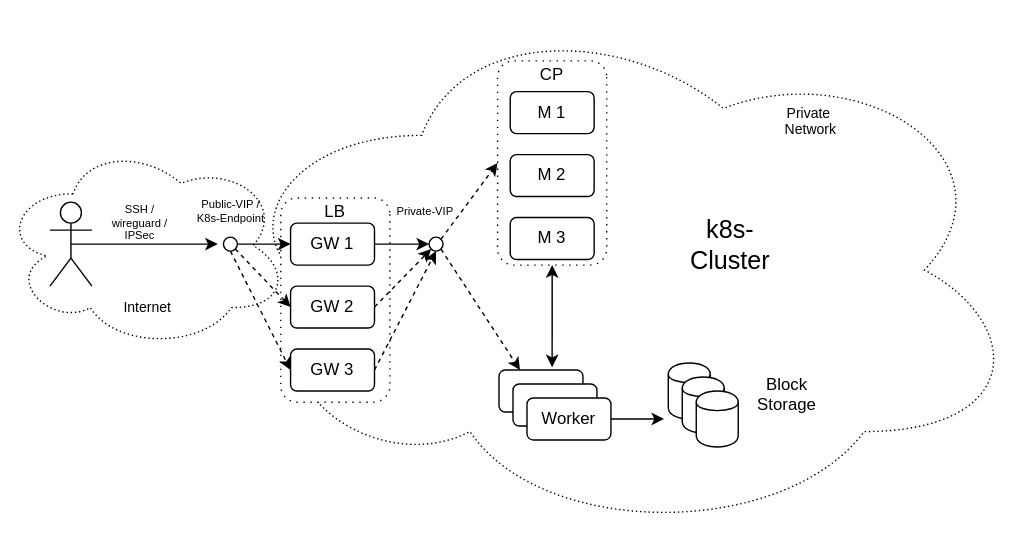
Above: docs/img/cluster-user-interaction.svg in alasca-association/tarook (draw.io), before the change. Source tidied: cells renumbered, new cells last; positions are measured from the earlier drawing's top-left corner, leaving out a move shared by most shapes. Its diagram source:
```xml
<mxGraphModel>
  <root>
    <mxCell id="0" />
    <mxCell id="1" parent="0" />
    <mxCell id="2" style="ellipse;shape=cloud;whiteSpace=wrap;html=1;dashed=1;dashPattern=1 2;fontSize=10;" parent="1" vertex="1">
      <mxGeometry y="101" width="206" height="148" as="geometry" />
    </mxCell>
    <mxCell id="3" style="ellipse;shape=cloud;whiteSpace=wrap;html=1;dashed=1;dashPattern=1 2;fontSize=18;" parent="1" vertex="1">
      <mxGeometry x="157" width="575" height="385" as="geometry" />
    </mxCell>
    <mxCell id="4" style="group;direction=south;dashed=1;dashPattern=1 4;" parent="1" vertex="1">
      <mxGeometry x="208" y="163" width="124" height="124" as="geometry" />
    </mxCell>
    <mxCell id="5" style="group;" parent="4" vertex="1">
      <mxGeometry x="-8" y="-22" width="78" height="146" as="geometry" />
    </mxCell>
    <mxCell id="6" style="rounded=1;whiteSpace=wrap;html=1;direction=south;dashed=1;dashPattern=1 4;" parent="5" vertex="1">
      <mxGeometry width="78" height="146" as="geometry" />
    </mxCell>
    <mxCell id="7" value="LB" style="text;html=1;strokeColor=none;fillColor=none;align=center;verticalAlign=middle;whiteSpace=wrap;rounded=0;" parent="5" vertex="1">
      <mxGeometry x="19" width="40" height="20" as="geometry" />
    </mxCell>
    <mxCell id="8" style="group;" parent="1" vertex="1">
      <mxGeometry x="207" y="159" width="60" height="120" as="geometry" />
    </mxCell>
    <mxCell id="9" value="GW 1" style="rounded=1;whiteSpace=wrap;html=1;" parent="8" vertex="1">
      <mxGeometry width="60" height="30" as="geometry" />
    </mxCell>
    <mxCell id="10" value="GW 2" style="rounded=1;whiteSpace=wrap;html=1;" parent="8" vertex="1">
      <mxGeometry y="45" width="60" height="30" as="geometry" />
    </mxCell>
    <mxCell id="11" value="GW 3" style="rounded=1;whiteSpace=wrap;html=1;" parent="8" vertex="1">
      <mxGeometry y="90" width="60" height="30" as="geometry" />
    </mxCell>
    <mxCell id="12" style="group;" parent="1" vertex="1">
      <mxGeometry x="356" y="264" width="80" height="50" as="geometry" />
    </mxCell>
    <mxCell id="13" value="M 1" style="rounded=1;whiteSpace=wrap;html=1;" parent="12" vertex="1">
      <mxGeometry width="60" height="30" as="geometry" />
    </mxCell>
    <mxCell id="14" value="M 1" style="rounded=1;whiteSpace=wrap;html=1;" parent="12" vertex="1">
      <mxGeometry x="10" y="10" width="60" height="30" as="geometry" />
    </mxCell>
    <mxCell id="15" value="Worker" style="rounded=1;whiteSpace=wrap;html=1;" parent="12" vertex="1">
      <mxGeometry x="20" y="20" width="60" height="30" as="geometry" />
    </mxCell>
    <mxCell id="16" style="edgeStyle=none;rounded=0;jettySize=auto;html=1;exitX=0.5;exitY=1;exitDx=0;exitDy=0;entryX=0;entryY=0.5;entryDx=0;entryDy=0;dashed=1;startArrow=none;startFill=0;endArrow=classic;endFill=1;" parent="1" edge="1" source="45" target="11">
      <mxGeometry relative="1" as="geometry" />
    </mxCell>
    <mxCell id="17" style="edgeStyle=none;rounded=0;jettySize=auto;html=1;exitX=1;exitY=1;exitDx=0;exitDy=0;entryX=0.25;entryY=0;entryDx=0;entryDy=0;dashed=1;startArrow=none;startFill=0;endArrow=classic;endFill=1;" parent="1" edge="1" source="19" target="13">
      <mxGeometry relative="1" as="geometry" />
    </mxCell>
    <mxCell id="18" style="edgeStyle=none;rounded=0;jettySize=auto;html=1;exitX=1;exitY=0;exitDx=0;exitDy=0;dashed=1;startArrow=none;startFill=0;endArrow=classic;endFill=1;entryX=0.5;entryY=1;entryDx=0;entryDy=0;" parent="1" edge="1" source="19" target="27">
      <mxGeometry relative="1" as="geometry" />
    </mxCell>
    <mxCell id="19" style="ellipse;whiteSpace=wrap;html=1;" parent="1" vertex="1">
      <mxGeometry x="306" y="169" width="10" height="10" as="geometry" />
    </mxCell>
    <mxCell id="20" style="edgeStyle=orthogonalEdgeStyle;rounded=0;jettySize=auto;html=1;exitX=0;exitY=0.5;exitDx=0;exitDy=0;entryX=1;entryY=0.5;entryDx=0;entryDy=0;endArrow=none;endFill=0;startArrow=classic;startFill=1;" parent="1" edge="1" source="9" target="45">
      <mxGeometry relative="1" as="geometry" />
    </mxCell>
    <mxCell id="21" style="edgeStyle=none;rounded=0;jettySize=auto;html=1;exitX=0;exitY=0.5;exitDx=0;exitDy=0;entryX=1;entryY=1;entryDx=0;entryDy=0;startArrow=classic;startFill=1;endArrow=none;endFill=0;dashed=1;" parent="1" edge="1" source="10" target="45">
      <mxGeometry relative="1" as="geometry" />
    </mxCell>
    <mxCell id="22" style="edgeStyle=none;rounded=0;jettySize=auto;html=1;exitX=1;exitY=0.5;exitDx=0;exitDy=0;entryX=0;entryY=0.5;entryDx=0;entryDy=0;startArrow=none;startFill=0;endArrow=classic;endFill=1;" parent="1" edge="1" source="9" target="19">
      <mxGeometry relative="1" as="geometry" />
    </mxCell>
    <mxCell id="23" style="edgeStyle=none;rounded=0;jettySize=auto;html=1;exitX=1;exitY=0.5;exitDx=0;exitDy=0;entryX=0;entryY=1;entryDx=0;entryDy=0;startArrow=none;startFill=0;endArrow=classic;endFill=1;dashed=1;" parent="1" edge="1" source="10" target="19">
      <mxGeometry relative="1" as="geometry" />
    </mxCell>
    <mxCell id="24" style="edgeStyle=none;rounded=0;jettySize=auto;html=1;exitX=1;exitY=0.5;exitDx=0;exitDy=0;entryX=0.5;entryY=1;entryDx=0;entryDy=0;dashed=1;startArrow=none;startFill=0;endArrow=classic;endFill=1;" parent="1" edge="1" source="11" target="19">
      <mxGeometry relative="1" as="geometry" />
    </mxCell>
    <mxCell id="25" style="group;dashed=1;dashPattern=1 4;" parent="1" vertex="1">
      <mxGeometry x="364" y="65" width="69" height="124" as="geometry" />
    </mxCell>
    <mxCell id="26" style="group;" parent="25" vertex="1">
      <mxGeometry width="69" height="124" as="geometry" />
    </mxCell>
    <mxCell id="27" style="rounded=1;whiteSpace=wrap;html=1;direction=south;dashed=1;dashPattern=1 4;" parent="26" vertex="1">
      <mxGeometry x="-9" y="-22" width="78" height="146" as="geometry" />
    </mxCell>
    <mxCell id="28" value="M 1" style="rounded=1;whiteSpace=wrap;html=1;" parent="26" vertex="1">
      <mxGeometry width="60" height="30" as="geometry" />
    </mxCell>
    <mxCell id="29" value="M 2" style="rounded=1;whiteSpace=wrap;html=1;" parent="26" vertex="1">
      <mxGeometry y="45" width="60" height="30" as="geometry" />
    </mxCell>
    <mxCell id="30" value="M 3" style="rounded=1;whiteSpace=wrap;html=1;" parent="26" vertex="1">
      <mxGeometry y="90" width="60" height="30" as="geometry" />
    </mxCell>
    <mxCell id="31" value="CP" style="text;html=1;strokeColor=none;fillColor=none;align=center;verticalAlign=middle;whiteSpace=wrap;rounded=0;" parent="26" vertex="1">
      <mxGeometry x="10" y="-22" width="40" height="20" as="geometry" />
    </mxCell>
    <mxCell id="32" style="edgeStyle=none;rounded=0;jettySize=auto;html=1;exitX=1;exitY=0.5;exitDx=0;exitDy=0;entryX=0.633;entryY=-0.067;entryDx=0;entryDy=0;entryPerimeter=0;startArrow=classic;startFill=1;endArrow=classic;endFill=1;" parent="1" edge="1" source="27" target="13">
      <mxGeometry relative="1" as="geometry" />
    </mxCell>
    <mxCell id="33" style="group;" parent="1" vertex="1">
      <mxGeometry x="477" y="259" width="105" height="60" as="geometry" />
    </mxCell>
    <mxCell id="34" style="group;" parent="33" vertex="1">
      <mxGeometry width="105" height="60" as="geometry" />
    </mxCell>
    <mxCell id="35" style="shape=cylinder;whiteSpace=wrap;html=1;boundedLbl=1;backgroundOutline=1;" parent="34" vertex="1">
      <mxGeometry width="30" height="40" as="geometry" />
    </mxCell>
    <mxCell id="36" style="shape=cylinder;whiteSpace=wrap;html=1;boundedLbl=1;backgroundOutline=1;" parent="34" vertex="1">
      <mxGeometry x="10" y="10" width="30" height="40" as="geometry" />
    </mxCell>
    <mxCell id="37" style="shape=cylinder;whiteSpace=wrap;html=1;boundedLbl=1;backgroundOutline=1;" parent="34" vertex="1">
      <mxGeometry x="20" y="20" width="30" height="40" as="geometry" />
    </mxCell>
    <mxCell id="38" value="&lt;div&gt;&lt;span&gt;Block&lt;/span&gt;&lt;br&gt;&lt;/div&gt;&lt;div&gt;Storage&lt;/div&gt;&lt;div&gt;&lt;br&gt;&lt;/div&gt;" style="text;html=1;strokeColor=none;fillColor=none;align=center;verticalAlign=middle;whiteSpace=wrap;rounded=0;" parent="34" vertex="1">
      <mxGeometry x="65" y="20" width="40" height="20" as="geometry" />
    </mxCell>
    <mxCell id="39" style="edgeStyle=none;rounded=0;jettySize=auto;html=1;exitX=1;exitY=0.5;exitDx=0;exitDy=0;startArrow=none;startFill=0;endArrow=classic;endFill=1;" parent="1" edge="1" source="15">
      <mxGeometry relative="1" as="geometry">
        <mxPoint x="474" y="299" as="targetPoint" />
      </mxGeometry>
    </mxCell>
    <mxCell id="40" value="Private-VIP" style="text;html=1;strokeColor=none;fillColor=none;align=center;verticalAlign=middle;whiteSpace=wrap;rounded=0;dashed=1;dashPattern=1 4;fontSize=8;" parent="1" vertex="1">
      <mxGeometry x="277" y="141" width="53" height="20" as="geometry" />
    </mxCell>
    <mxCell id="41" value="k8s-Cluster" style="text;html=1;strokeColor=none;fillColor=none;align=center;verticalAlign=middle;whiteSpace=wrap;rounded=0;dashed=1;dashPattern=1 4;fontSize=18;" parent="1" vertex="1">
      <mxGeometry x="492" y="165" width="59" height="20" as="geometry" />
    </mxCell>
    <mxCell id="42" value="Private&amp;nbsp; Network" style="text;html=1;strokeColor=none;fillColor=none;align=center;verticalAlign=middle;whiteSpace=wrap;rounded=0;dashed=1;dashPattern=1 4;fontSize=10;" parent="1" vertex="1">
      <mxGeometry x="559" y="76" width="40" height="20" as="geometry" />
    </mxCell>
    <mxCell id="43" style="edgeStyle=none;rounded=0;orthogonalLoop=1;jettySize=auto;html=1;exitX=0.5;exitY=0;exitDx=0;exitDy=0;startArrow=none;startFill=0;endArrow=classic;endFill=1;fontSize=10;" parent="1" edge="1" source="42" target="42">
      <mxGeometry relative="1" as="geometry" />
    </mxCell>
    <mxCell id="44" style="group;" parent="1" vertex="1">
      <mxGeometry x="35" y="141" width="155.5" height="88" as="geometry" />
    </mxCell>
    <mxCell id="45" style="ellipse;whiteSpace=wrap;html=1;" parent="44" vertex="1">
      <mxGeometry x="124" y="28" width="10" height="10" as="geometry" />
    </mxCell>
    <mxCell id="46" style="edgeStyle=none;rounded=0;jettySize=auto;html=1;exitX=0.5;exitY=0.5;exitDx=0;exitDy=0;exitPerimeter=0;startArrow=none;startFill=0;endArrow=classic;endFill=1;" parent="44" edge="1" source="47">
      <mxGeometry relative="1" as="geometry">
        <mxPoint x="120" y="33" as="targetPoint" />
      </mxGeometry>
    </mxCell>
    <mxCell id="47" style="shape=umlActor;verticalLabelPosition=bottom;labelBackgroundColor=#ffffff;verticalAlign=top;html=1;outlineConnect=0;" parent="44" vertex="1">
      <mxGeometry y="3" width="30" height="60" as="geometry" />
    </mxCell>
    <mxCell id="48" value="&lt;div style=&quot;font-size: 8px&quot;&gt;SSH / wireguard&amp;nbsp;&lt;span&gt;/ IPSec&lt;/span&gt;&lt;/div&gt;" style="text;html=1;strokeColor=none;fillColor=none;align=center;verticalAlign=middle;whiteSpace=wrap;rounded=0;fontSize=8;" parent="44" vertex="1">
      <mxGeometry x="39" y="8" width="51" height="20" as="geometry" />
    </mxCell>
    <mxCell id="49" value="Public-VIP / K8s-Endpoint" style="text;html=1;strokeColor=none;fillColor=none;align=center;verticalAlign=middle;whiteSpace=wrap;rounded=0;dashed=1;dashPattern=1 4;fontSize=8;" parent="44" vertex="1">
      <mxGeometry x="102.5" width="53" height="20" as="geometry" />
    </mxCell>
    <mxCell id="50" value="&lt;div&gt;Internet&lt;/div&gt;" style="text;html=1;strokeColor=none;fillColor=none;align=center;verticalAlign=middle;whiteSpace=wrap;rounded=0;dashed=1;dashPattern=1 4;fontSize=10;" parent="44" vertex="1">
      <mxGeometry x="50" y="68" width="40" height="20" as="geometry" />
    </mxCell>
  </root>
</mxGraphModel>
```
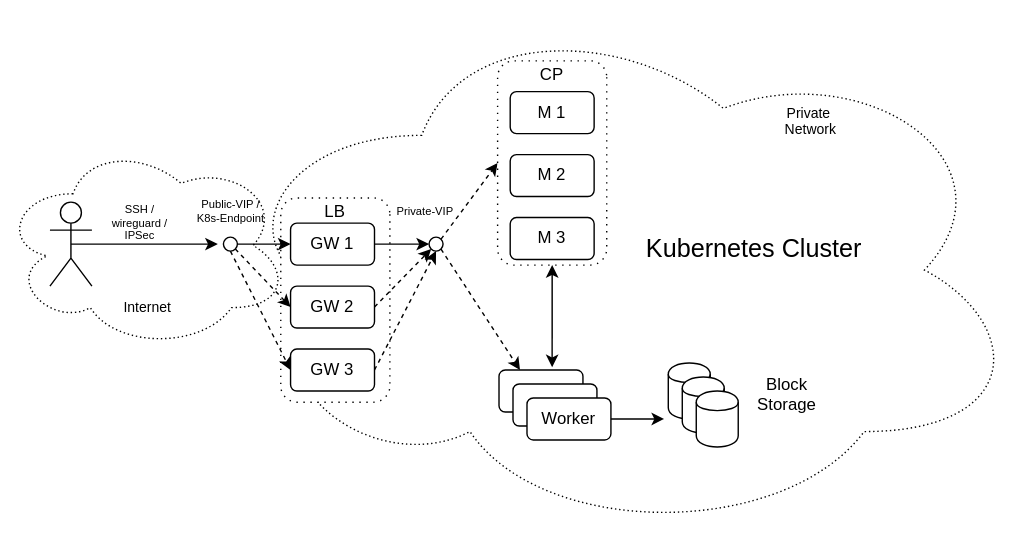
Above is the later version.

Diff of the diagram source:
```diff
@@ -121,8 +121,8 @@
     <mxCell id="40" value="Private-VIP" style="text;html=1;strokeColor=none;fillColor=none;align=center;verticalAlign=middle;whiteSpace=wrap;rounded=0;dashed=1;dashPattern=1 4;fontSize=8;" parent="1" vertex="1">
       <mxGeometry x="277" y="141" width="53" height="20" as="geometry" />
     </mxCell>
-    <mxCell id="41" value="k8s-Cluster" style="text;html=1;strokeColor=none;fillColor=none;align=center;verticalAlign=middle;whiteSpace=wrap;rounded=0;dashed=1;dashPattern=1 4;fontSize=18;" parent="1" vertex="1">
-      <mxGeometry x="492" y="165" width="59" height="20" as="geometry" />
+    <mxCell id="41" value="Kubernetes&amp;nbsp;&lt;span style=&quot;background-color: initial;&quot;&gt;Cluster&lt;/span&gt;" style="text;html=1;strokeColor=none;fillColor=none;align=center;verticalAlign=middle;whiteSpace=wrap;rounded=0;dashed=1;dashPattern=1 4;fontSize=18;" parent="1" vertex="1">
+      <mxGeometry x="450" y="134" width="177" height="88" as="geometry" />
     </mxCell>
     <mxCell id="42" value="Private&amp;nbsp; Network" style="text;html=1;strokeColor=none;fillColor=none;align=center;verticalAlign=middle;whiteSpace=wrap;rounded=0;dashed=1;dashPattern=1 4;fontSize=10;" parent="1" vertex="1">
       <mxGeometry x="559" y="76" width="40" height="20" as="geometry" />
```
